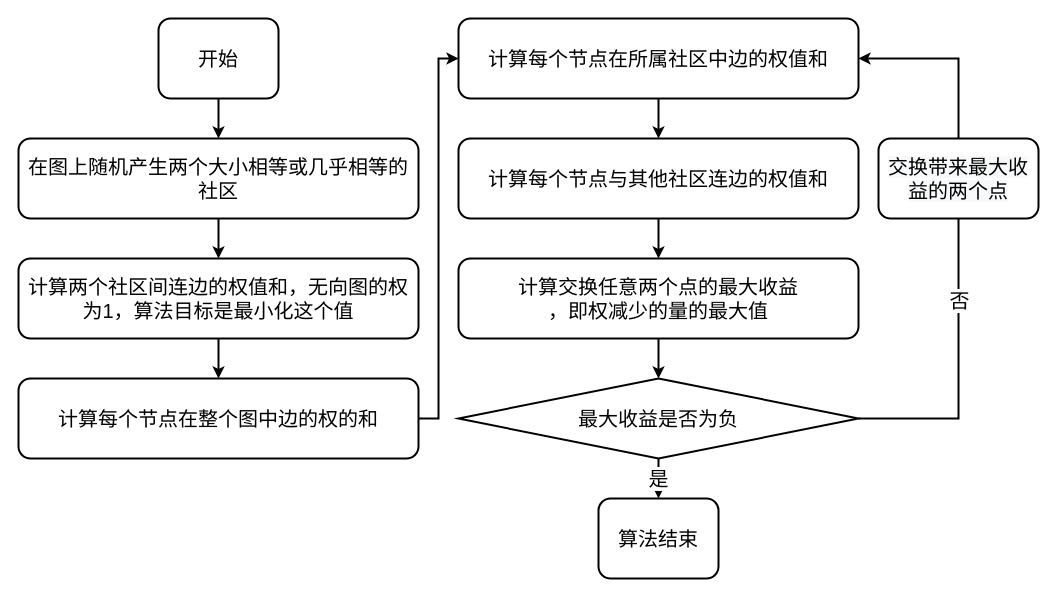
Before: page "Page-19" (19 of 30) of seai.drawio in zjtone/RL-Note, a draw.io diagram. Source tidied: cells renumbered, new cells numbered last; positions are measured from the earlier drawing's top-left corner, leaving out a move shared by most shapes. Both pictures are drawn from the tidied source at 100%, with x=0, y=0 at pixel (18, 18).
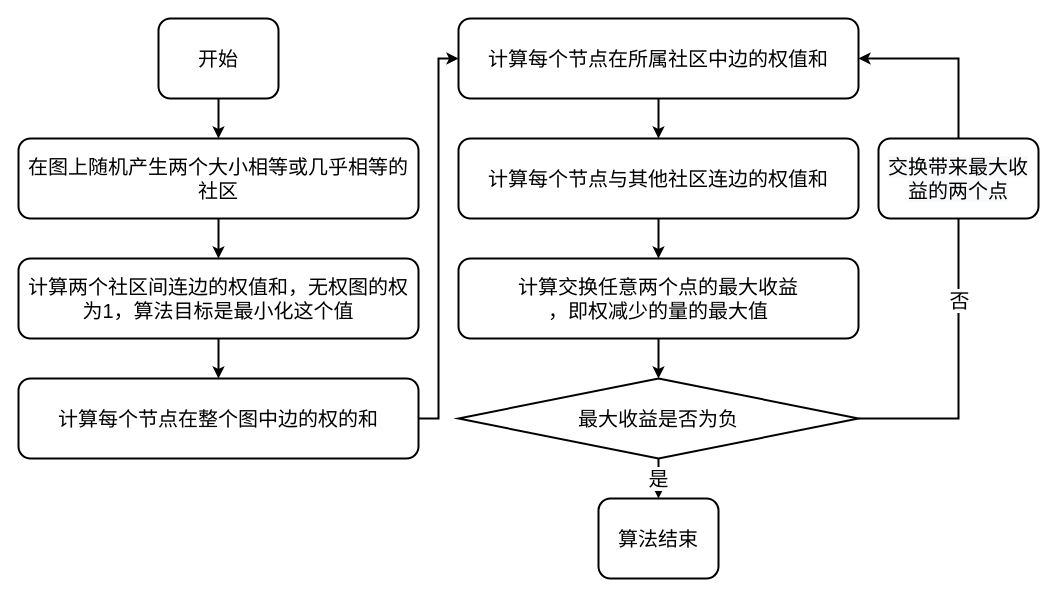
Above is the later version.

Change to the diagram source:
```diff
@@
-    <mxCell id="5" value="计算两个社区间连边的权值和，无向图的权为1，算法目标是最小化这个值" style="rounded=1;whiteSpace=wrap;html=1;strokeWidth=2;fillColor=#ffffff;fontSize=20;" parent="1" vertex="1">
+    <mxCell id="5" value="计算两个社区间连边的权值和，无权图的权为1，算法目标是最小化这个值" style="rounded=1;whiteSpace=wrap;html=1;strokeWidth=2;fillColor=#ffffff;fontSize=20;" parent="1" vertex="1">
       <mxGeometry y="240" width="400" height="80" as="geometry" />
     </mxCell>
```
